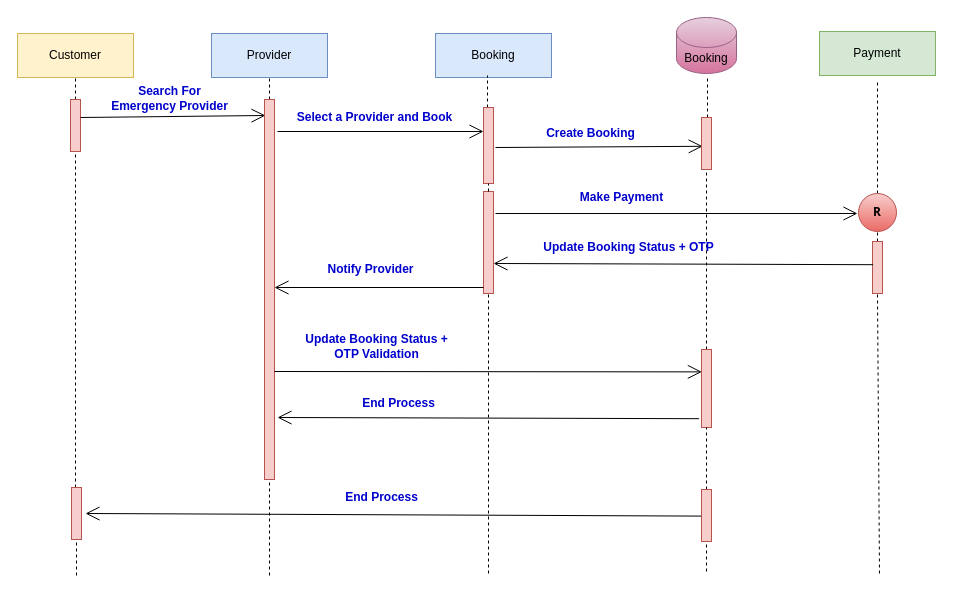
CrossDimension-LLP/sosh-HLS-designs keeps this draw.io diagram as page "Emergency Journey" (3 of 3) of HLS.-Design.drawio. Above is the earlier version. Source tidied: cells renumbered, new cells numbered last; positions are measured from the earlier drawing's top-left corner, leaving out a move shared by most shapes. Both pictures are drawn from the tidied source at 100%, with x=0, y=0 at pixel (17, 17).
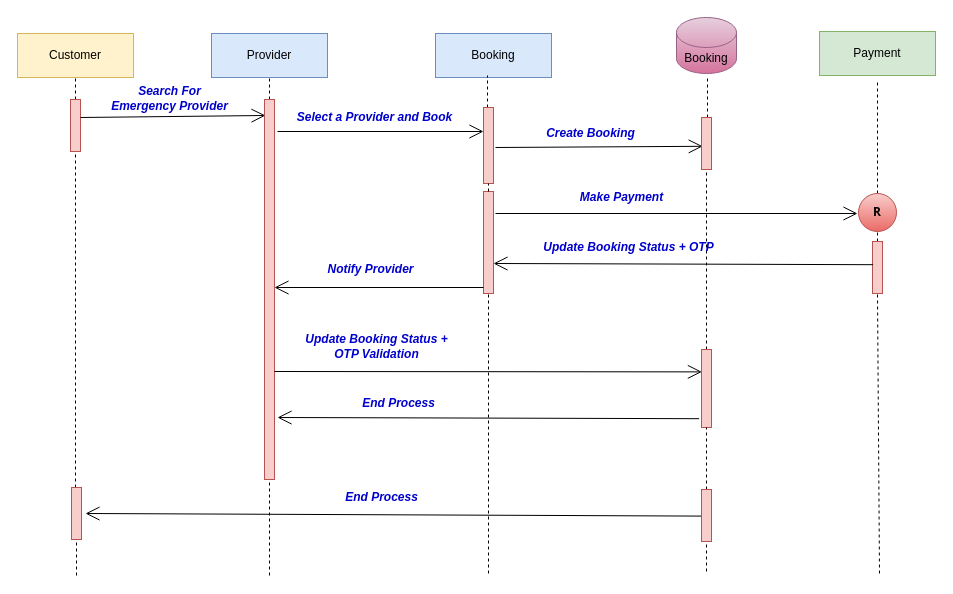
The same diagram, later.

Diff of the diagram source:
```diff
@@
-    <mxCell id="14" value="&lt;b&gt;Search For &lt;br&gt;Emergency Provider&lt;/b&gt;" style="text;html=1;align=center;verticalAlign=middle;strokeColor=none;fillColor=none;fontColor=#0000CC;" parent="1" vertex="1">
-      <mxGeometry x="88" y="64" width="128" height="34" as="geometry" />
+    <mxCell id="14" value="&lt;b&gt;&lt;i&gt;Search For &lt;br&gt;Emergency Provider&lt;/i&gt;&lt;/b&gt;" style="text;html=1;align=center;verticalAlign=middle;strokeColor=none;fillColor=none;fontColor=#0000CC;" parent="1" vertex="1">
+      <mxGeometry x="84" y="59" width="136" height="44" as="geometry" />
     </mxCell>
@@
-    <mxCell id="20" value="&lt;b&gt;Select a Provider and Book&lt;/b&gt;" style="text;html=1;align=center;verticalAlign=middle;strokeColor=none;fillColor=none;fontColor=#0000CC;" parent="1" vertex="1">
-      <mxGeometry x="274" y="90" width="166" height="20" as="geometry" />
+    <mxCell id="20" value="&lt;b&gt;&lt;i&gt;Select a Provider and Book&lt;/i&gt;&lt;/b&gt;" style="text;html=1;align=center;verticalAlign=middle;strokeColor=none;fillColor=none;fontColor=#0000CC;" parent="1" vertex="1">
+      <mxGeometry x="270" y="86" width="174" height="28" as="geometry" />
     </mxCell>
@@
-    <mxCell id="24" value="&lt;b&gt;Create Booking&lt;/b&gt;" style="text;html=1;align=center;verticalAlign=middle;strokeColor=none;fillColor=none;fontColor=#0000CC;" parent="1" vertex="1">
-      <mxGeometry x="523" y="106" width="100" height="20" as="geometry" />
+    <mxCell id="24" value="&lt;b&gt;&lt;i&gt;Create Booking&lt;/i&gt;&lt;/b&gt;" style="text;html=1;align=center;verticalAlign=middle;strokeColor=none;fillColor=none;fontColor=#0000CC;" parent="1" vertex="1">
+      <mxGeometry x="519" y="102" width="108" height="28" as="geometry" />
     </mxCell>
@@
-    <mxCell id="31" value="&lt;b&gt;Make Payment&lt;/b&gt;" style="text;html=1;align=center;verticalAlign=middle;strokeColor=none;fillColor=none;fontColor=#0000CC;" parent="1" vertex="1">
+    <mxCell id="31" value="&lt;b&gt;&lt;i&gt;Make Payment&lt;/i&gt;&lt;/b&gt;" style="text;html=1;align=center;verticalAlign=middle;strokeColor=none;fillColor=none;fontColor=#0000CC;" parent="1" vertex="1">
       <mxGeometry x="553" y="166" width="102" height="28" as="geometry" />
     </mxCell>
@@
-    <mxCell id="35" value="&lt;b&gt;Update Booking Status + OTP&lt;/b&gt;" style="text;html=1;align=center;verticalAlign=middle;strokeColor=none;fillColor=none;fontColor=#0000CC;" parent="1" vertex="1">
+    <mxCell id="35" value="&lt;b&gt;&lt;i&gt;Update Booking Status + OTP&lt;/i&gt;&lt;/b&gt;" style="text;html=1;align=center;verticalAlign=middle;strokeColor=none;fillColor=none;fontColor=#0000CC;" parent="1" vertex="1">
       <mxGeometry x="516" y="216" width="190" height="28" as="geometry" />
     </mxCell>
@@
-    <mxCell id="37" value="&lt;b&gt;Notify Provider&lt;/b&gt;" style="text;html=1;align=center;verticalAlign=middle;strokeColor=none;fillColor=none;fontColor=#0000CC;" parent="1" vertex="1">
+    <mxCell id="37" value="&lt;b&gt;&lt;i&gt;Notify Provider&lt;/i&gt;&lt;/b&gt;" style="text;html=1;align=center;verticalAlign=middle;strokeColor=none;fillColor=none;fontColor=#0000CC;" parent="1" vertex="1">
       <mxGeometry x="300" y="238" width="106" height="28" as="geometry" />
     </mxCell>
@@
-    <mxCell id="39" value="&lt;b&gt;Update Booking Status + &lt;br&gt;OTP Validation&lt;/b&gt;" style="text;html=1;align=center;verticalAlign=middle;strokeColor=none;fillColor=none;fontColor=#0000CC;" parent="1" vertex="1">
-      <mxGeometry x="278" y="308" width="162" height="42" as="geometry" />
+    <mxCell id="39" value="&lt;b&gt;&lt;i&gt;Update Booking Status + &lt;br&gt;OTP Validation&lt;/i&gt;&lt;/b&gt;" style="text;html=1;align=center;verticalAlign=middle;strokeColor=none;fillColor=none;fontColor=#0000CC;" parent="1" vertex="1">
+      <mxGeometry x="278" y="307" width="162" height="44" as="geometry" />
     </mxCell>
@@
-    <mxCell id="43" value="&lt;b&gt;End Process&lt;/b&gt;" style="text;html=1;align=center;verticalAlign=middle;strokeColor=none;fillColor=none;fontColor=#0000CC;" parent="1" vertex="1">
+    <mxCell id="43" value="&lt;b&gt;&lt;i&gt;End Process&lt;/i&gt;&lt;/b&gt;" style="text;html=1;align=center;verticalAlign=middle;strokeColor=none;fillColor=none;fontColor=#0000CC;" parent="1" vertex="1">
       <mxGeometry x="335" y="372" width="92" height="28" as="geometry" />
     </mxCell>
@@
-    <mxCell id="49" value="&lt;b&gt;End Process&lt;/b&gt;" style="text;html=1;align=center;verticalAlign=middle;strokeColor=none;fillColor=none;fontColor=#0000CC;" parent="1" vertex="1">
+    <mxCell id="49" value="&lt;b&gt;&lt;i&gt;End Process&lt;/i&gt;&lt;/b&gt;" style="text;html=1;align=center;verticalAlign=middle;strokeColor=none;fillColor=none;fontColor=#0000CC;" parent="1" vertex="1">
       <mxGeometry x="318" y="466" width="92" height="28" as="geometry" />
     </mxCell>
```
